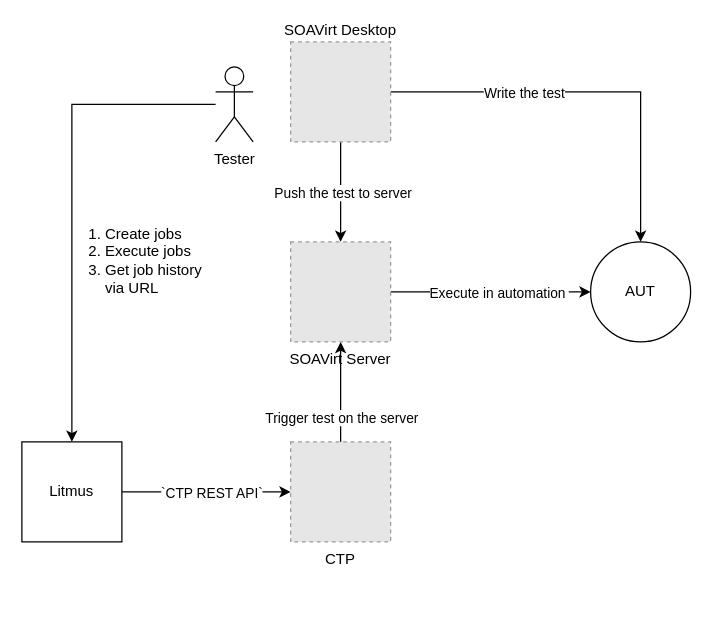
Earlier version of the draw.io diagram page "Server worklfow" (1 of 2) of soatest-flows.drawio (gtrofimov/draw-io-projects). Source tidied: cells renumbered, new cells numbered last; positions are measured from the earlier drawing's top-left corner, leaving out a move shared by most shapes. Both pictures are drawn from the tidied source at 125%, with x=0, y=0 at pixel (21, 41). Pictures stored in the file or linked from it are replaced by grey dashed boxes.
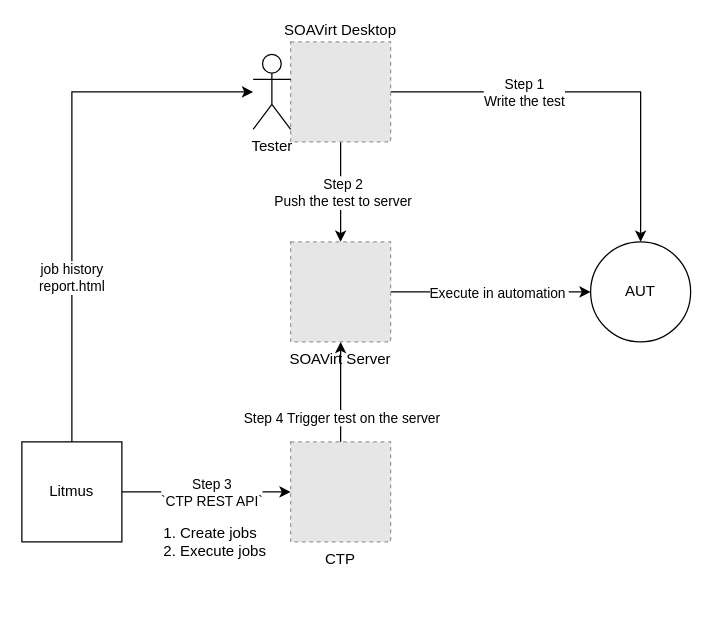
After the change.

Unchanged cells that the change refers to:
```xml
<mxCell id="2" style="edgeStyle=orthogonalEdgeStyle;rounded=0;jettySize=auto;html=1;entryX=0.5;entryY=1;entryDx=0;entryDy=0;" parent="1" edge="1" source="4" target="15">
  <mxGeometry relative="1" as="geometry" />
</mxCell>
<mxCell id="5" style="edgeStyle=orthogonalEdgeStyle;rounded=0;jettySize=auto;html=1;" parent="1" edge="1" source="9" target="12">
  <mxGeometry relative="1" as="geometry" />
</mxCell>
<mxCell id="7" style="edgeStyle=orthogonalEdgeStyle;rounded=0;jettySize=auto;html=1;entryX=0.5;entryY=0;entryDx=0;entryDy=0;" parent="1" edge="1" source="9" target="15">
  <mxGeometry relative="1" as="geometry" />
</mxCell>
<mxCell id="16" style="edgeStyle=orthogonalEdgeStyle;rounded=0;jettySize=auto;html=1;entryX=0;entryY=0.5;entryDx=0;entryDy=0;exitX=1;exitY=0.5;exitDx=0;exitDy=0;" parent="1" edge="1" source="18" target="4">
  <mxGeometry relative="1" as="geometry" />
</mxCell>
<mxCell id="18" value="Litmus" style="whiteSpace=wrap;html=1;" parent="1" vertex="1">
  <mxGeometry y="320" width="80" height="80" as="geometry" />
</mxCell>
```

Change to the diagram source:
```diff
@@
-    <mxCell id="3" value="Trigger test on the server" style="edgeLabel;html=1;align=center;verticalAlign=middle;" parent="2" vertex="1">
+    <mxCell id="3" value="Step 4 Trigger test on the server" style="edgeLabel;html=1;align=center;verticalAlign=middle;" parent="2" vertex="1">
       <mxGeometry x="-0.49" relative="1" as="geometry" />
     </mxCell>
@@
-    <mxCell id="6" value="Write the test" style="edgeLabel;html=1;align=center;verticalAlign=middle;" parent="5" vertex="1">
+    <mxCell id="6" value="Step 1&lt;div&gt;Write the test&lt;/div&gt;" style="edgeLabel;html=1;align=center;verticalAlign=middle;" parent="5" vertex="1">
       <mxGeometry x="-0.34" relative="1" as="geometry" />
     </mxCell>
@@
-    <mxCell id="8" value="Push the test to server" style="edgeLabel;html=1;align=center;verticalAlign=middle;" parent="7" vertex="1">
+    <mxCell id="8" value="Step 2&lt;div&gt;Push the test to server&lt;/div&gt;" style="edgeLabel;html=1;align=center;verticalAlign=middle;" parent="7" vertex="1">
       <mxGeometry x="-0.01" y="1" relative="1" as="geometry" />
     </mxCell>
@@
-    <mxCell id="10" style="edgeStyle=orthogonalEdgeStyle;rounded=0;jettySize=auto;html=1;entryX=0.5;entryY=0;entryDx=0;entryDy=0;" parent="1" edge="1" source="11" target="18">
+    <mxCell id="10" style="edgeStyle=orthogonalEdgeStyle;rounded=0;jettySize=auto;html=1;entryX=0.5;entryY=0;entryDx=0;entryDy=0;startArrow=classic;startFill=1;endArrow=none;endFill=0;" parent="1" edge="1" source="11" target="18">
       <mxGeometry relative="1" as="geometry" />
     </mxCell>
+    <mxCell id="20" value="job history&lt;div&gt;report.html&lt;/div&gt;" style="edgeLabel;html=1;align=center;verticalAlign=middle;" parent="10" vertex="1">
+      <mxGeometry x="0.38" y="-1" relative="1" as="geometry" />
+    </mxCell>
     <mxCell id="11" value="Tester" style="shape=umlActor;verticalLabelPosition=bottom;verticalAlign=top;html=1;outlineConnect=0;" parent="1" vertex="1">
-      <mxGeometry x="155" y="20" width="30" height="60" as="geometry" />
+      <mxGeometry x="185" y="10" width="30" height="60" as="geometry" />
     </mxCell>
@@
-    <mxCell id="17" value="`CTP REST API`" style="edgeLabel;html=1;align=center;verticalAlign=middle;" parent="16" vertex="1">
+    <mxCell id="17" value="Step 3&lt;div&gt;`CTP REST API`&lt;/div&gt;" style="edgeLabel;html=1;align=center;verticalAlign=middle;" parent="16" vertex="1">
       <mxGeometry x="-0.43" relative="1" as="geometry">
         <mxPoint x="33" as="offset" />
       </mxGeometry>
     </mxCell>
@@
-    <mxCell id="19" value="&lt;ol&gt;&lt;li&gt;Create jobs&lt;/li&gt;&lt;li&gt;Execute jobs&lt;/li&gt;&lt;li&gt;Get job history via URL&lt;/li&gt;&lt;/ol&gt;" style="text;html=1;whiteSpace=wrap;strokeColor=none;fillColor=none;align=left;verticalAlign=middle;rounded=0;" parent="1" vertex="1">
-      <mxGeometry x="25" y="130" width="130" height="90" as="geometry" />
+    <mxCell id="19" value="&lt;ol&gt;&lt;li&gt;&lt;span style=&quot;background-color: transparent; color: light-dark(rgb(0, 0, 0), rgb(255, 255, 255));&quot;&gt;Create jobs&lt;/span&gt;&lt;/li&gt;&lt;li&gt;&lt;span style=&quot;background-color: transparent; color: light-dark(rgb(0, 0, 0), rgb(255, 255, 255));&quot;&gt;Execute jobs&lt;/span&gt;&lt;/li&gt;&lt;/ol&gt;" style="text;html=1;whiteSpace=wrap;strokeColor=none;fillColor=none;align=left;verticalAlign=middle;rounded=0;" parent="1" vertex="1">
+      <mxGeometry x="85" y="355" width="130" height="90" as="geometry" />
     </mxCell>
```
